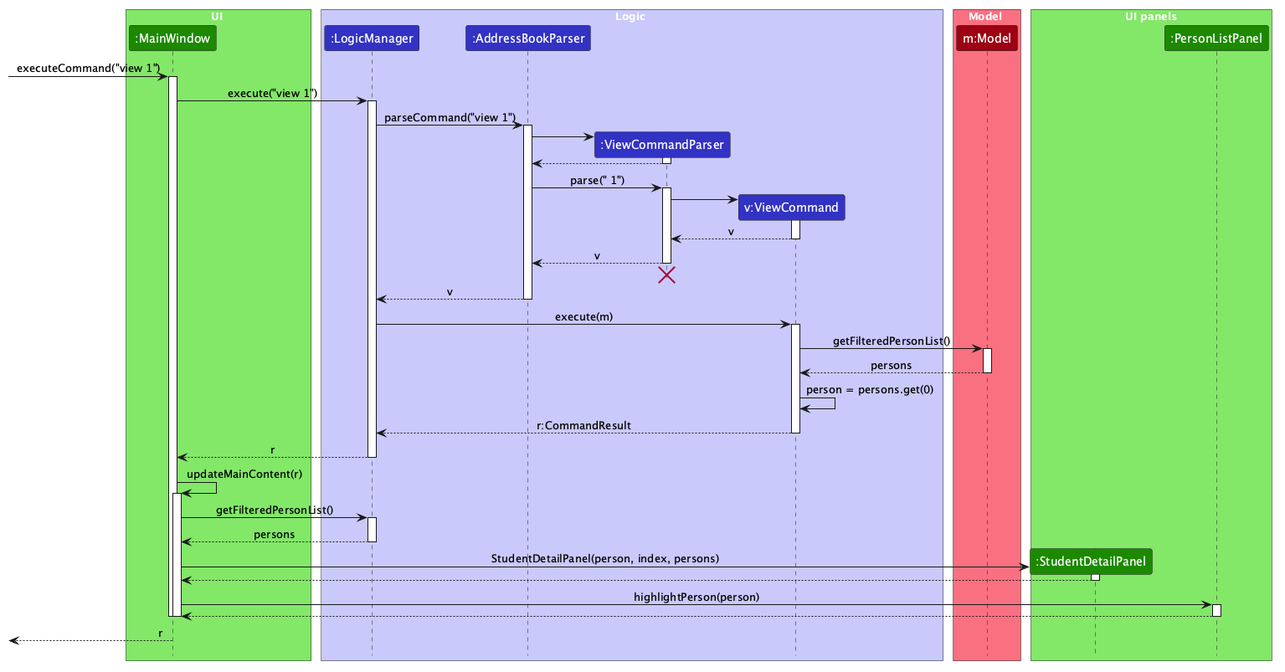
This is docs/images/ViewStudentDetailSequenceDiagram.png from AY2627S1-CS2103T-T09-1/tp, a PlantUML export, as it was before one commit.
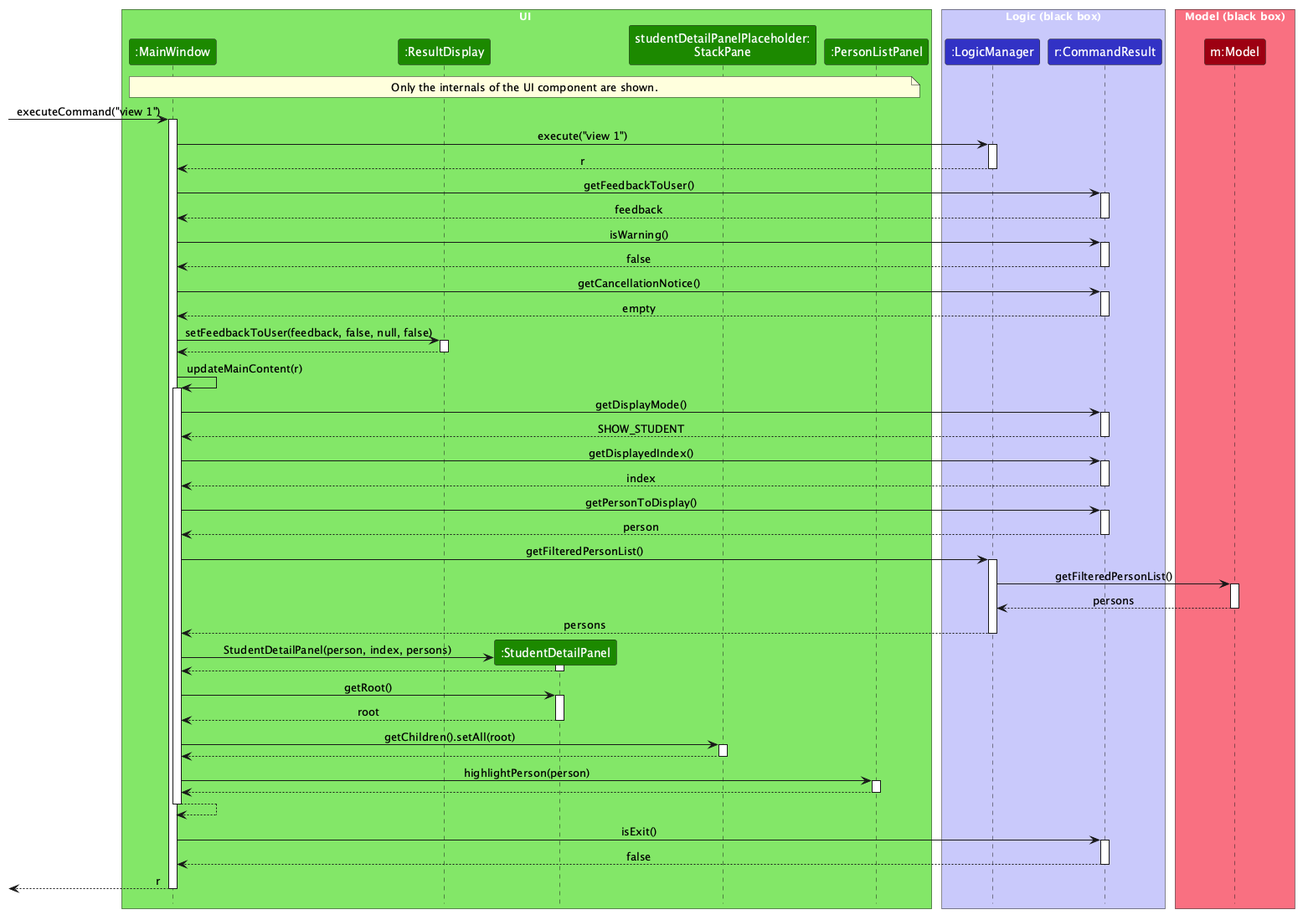
Above is the later version.

Commit message:
Fix view-related UML diagrams

The edit, as a diff of the source:
```diff
@@ -4,76 +4,77 @@
 
 box UI UI_COLOR_T1
 participant ":MainWindow" as MainWindow UI_COLOR
+participant ":ResultDisplay" as ResultDisplay UI_COLOR
+participant ":StudentDetailPanel" as StudentDetailPanel UI_COLOR
+participant "studentDetailPanelPlaceholder:\nStackPane" as StudentDetailPanelPlaceholder UI_COLOR
+participant ":PersonListPanel" as PersonListPanel UI_COLOR
 end box
 
-box Logic LOGIC_COLOR_T1
+box "Logic (black box)" LOGIC_COLOR_T1
 participant ":LogicManager" as LogicManager LOGIC_COLOR
-participant ":AddressBookParser" as AddressBookParser LOGIC_COLOR
-participant ":ViewCommandParser" as ViewCommandParser LOGIC_COLOR
-participant "v:ViewCommand" as ViewCommand LOGIC_COLOR
+participant "r:CommandResult" as CommandResult LOGIC_COLOR
 end box
 
-box Model MODEL_COLOR_T1
+box "Model (black box)" MODEL_COLOR_T1
 participant "m:Model" as Model MODEL_COLOR
 end box
 
-box "UI panels" UI_COLOR_T1
-participant ":StudentDetailPanel" as StudentDetailPanel UI_COLOR
-participant ":PersonListPanel" as PersonListPanel UI_COLOR
-end box
+note over MainWindow, PersonListPanel
+Only the internals of the UI component are shown.
+end note
 
 [-> MainWindow : executeCommand("view 1")
 activate MainWindow
+
 MainWindow -> LogicManager : execute("view 1")
 activate LogicManager
-
-LogicManager -> AddressBookParser : parseCommand("view 1")
-activate AddressBookParser
-
-create ViewCommandParser
-AddressBookParser -> ViewCommandParser
-activate ViewCommandParser
-ViewCommandParser --> AddressBookParser
-deactivate ViewCommandParser
-
-AddressBookParser -> ViewCommandParser : parse(" 1")
-activate ViewCommandParser
-
-create ViewCommand
-ViewCommandParser -> ViewCommand
-activate ViewCommand
-ViewCommand --> ViewCommandParser : v
-deactivate ViewCommand
-
-ViewCommandParser --> AddressBookParser : v
-deactivate ViewCommandParser
-AddressBookParser -[hidden]-> ViewCommandParser
-destroy ViewCommandParser
-
-AddressBookParser --> LogicManager : v
-deactivate AddressBookParser
-
-LogicManager -> ViewCommand : execute(m)
-activate ViewCommand
-
-ViewCommand -> Model : getFilteredPersonList()
-activate Model
-Model --> ViewCommand : persons
-deactivate Model
-
-ViewCommand -> ViewCommand : person = persons.get(0)
-
-ViewCommand --> LogicManager : r:CommandResult
-deactivate ViewCommand
-
 LogicManager --> MainWindow : r
 deactivate LogicManager
+
+MainWindow -> CommandResult : getFeedbackToUser()
+activate CommandResult
+CommandResult --> MainWindow : feedback
+deactivate CommandResult
+
+MainWindow -> CommandResult : isWarning()
+activate CommandResult
+CommandResult --> MainWindow : false
+deactivate CommandResult
+
+MainWindow -> CommandResult : getCancellationNotice()
+activate CommandResult
+CommandResult --> MainWindow : empty
+deactivate CommandResult
+
+MainWindow -> ResultDisplay : setFeedbackToUser(feedback, false, null, false)
+activate ResultDisplay
+ResultDisplay --> MainWindow
+deactivate ResultDisplay
 
 MainWindow -> MainWindow : updateMainContent(r)
 activate MainWindow
 
+MainWindow -> CommandResult : getDisplayMode()
+activate CommandResult
+CommandResult --> MainWindow : SHOW_STUDENT
+deactivate CommandResult
+
+MainWindow -> CommandResult : getDisplayedIndex()
+activate CommandResult
+CommandResult --> MainWindow : index
+deactivate CommandResult
+
+MainWindow -> CommandResult : getPersonToDisplay()
+activate CommandResult
+CommandResult --> MainWindow : person
+deactivate CommandResult
+
 MainWindow -> LogicManager : getFilteredPersonList()
 activate LogicManager
+LogicManager -> Model : getFilteredPersonList()
+activate Model
+Model --> LogicManager : persons
+deactivate Model
 LogicManager --> MainWindow : persons
 deactivate LogicManager
 
@@ -83,12 +84,29 @@
 StudentDetailPanel --> MainWindow
 deactivate StudentDetailPanel
 
+MainWindow -> StudentDetailPanel : getRoot()
+activate StudentDetailPanel
+StudentDetailPanel --> MainWindow : root
+deactivate StudentDetailPanel
+
+MainWindow -> StudentDetailPanelPlaceholder : getChildren().setAll(root)
+activate StudentDetailPanelPlaceholder
+StudentDetailPanelPlaceholder --> MainWindow
+deactivate StudentDetailPanelPlaceholder
+
 MainWindow -> PersonListPanel : highlightPerson(person)
 activate PersonListPanel
 PersonListPanel --> MainWindow
 deactivate PersonListPanel
+
+MainWindow --> MainWindow
 deactivate MainWindow
 
+MainWindow -> CommandResult : isExit()
+activate CommandResult
+CommandResult --> MainWindow : false
+deactivate CommandResult
+
+[<-- MainWindow : r
 deactivate MainWindow
-[<-- MainWindow : r
 @enduml
```
